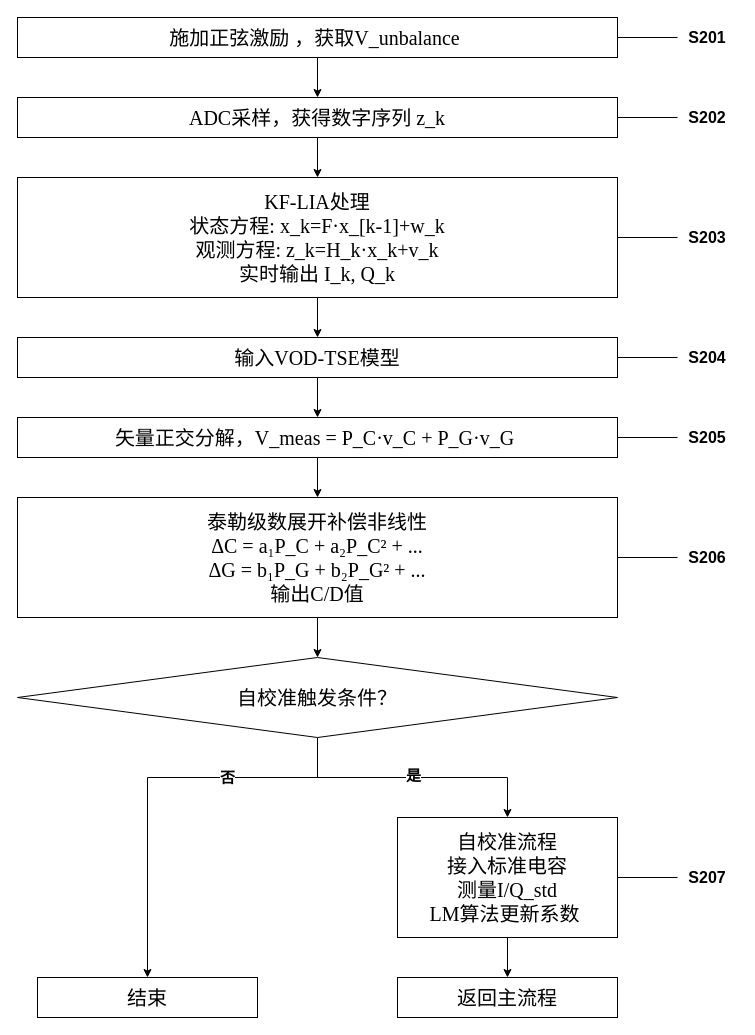
onlymrwan/hello-world keeps this draw.io diagram as 流程图0826.drawio. Above is the earlier version. Source tidied: cells renumbered, new cells numbered last; positions are measured from the earlier drawing's top-left corner, leaving out a move shared by most shapes. Both pictures are drawn from the tidied source at 100%, with x=0, y=0 at pixel (17, 17).
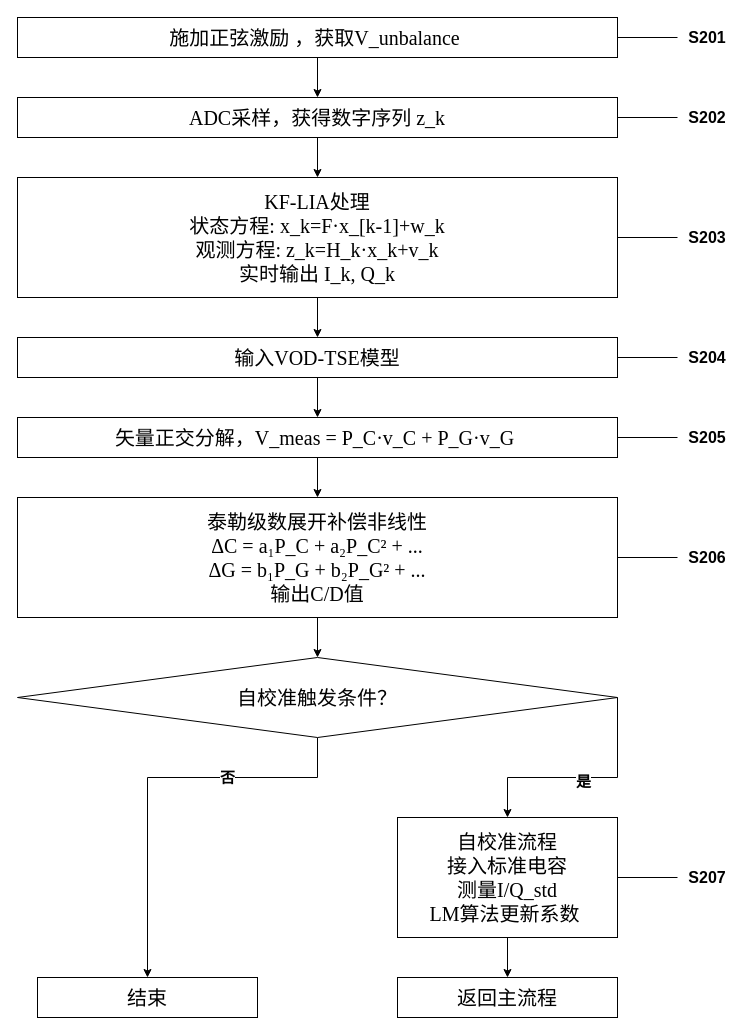
The same page after the edit.

Commit message:
更新流程图0826.drawio

The change refers to these unchanged cells:
```xml
<mxCell id="24" value="&lt;font style=&quot;font-size: 20px;&quot;&gt;自校准触发条件？&lt;/font&gt;" style="strokeWidth=1;html=1;shape=mxgraph.flowchart.decision;whiteSpace=wrap;fontFamily=Times New Roman;" parent="1" vertex="1">
  <mxGeometry y="640" width="600" height="80" as="geometry" />
</mxCell>
<mxCell id="27" value="&lt;span style=&quot;font-size: 20px;&quot;&gt;自校准流程&lt;/span&gt;&lt;div&gt;&lt;span style=&quot;font-size: 20px;&quot;&gt;接入标准电容&lt;/span&gt;&lt;/div&gt;&lt;div&gt;&lt;span style=&quot;font-size: 20px;&quot;&gt;测量I/Q_std&lt;/span&gt;&lt;/div&gt;&lt;div&gt;&lt;span style=&quot;font-size: 20px;&quot;&gt;LM算法更新系数&amp;nbsp;&lt;/span&gt;&lt;/div&gt;" style="rounded=0;whiteSpace=wrap;html=1;fontFamily=Times New Roman;" parent="1" vertex="1">
  <mxGeometry x="380" y="800" width="220" height="120" as="geometry" />
</mxCell>
```

The edit, as a diff of the source:
```diff
@@
-    <mxCell id="20" style="edgeStyle=orthogonalEdgeStyle;rounded=0;jettySize=auto;html=1;exitX=0.5;exitY=1;exitDx=0;exitDy=0;exitPerimeter=0;entryX=0.5;entryY=0;entryDx=0;entryDy=0;" parent="1" edge="1" source="24" target="27">
-      <mxGeometry relative="1" as="geometry" />
+    <mxCell id="20" style="edgeStyle=orthogonalEdgeStyle;rounded=0;jettySize=auto;html=1;exitX=1;exitY=0.5;exitDx=0;exitDy=0;exitPerimeter=0;entryX=0.5;entryY=0;entryDx=0;entryDy=0;" parent="1" edge="1" source="24" target="27">
+      <mxGeometry relative="1" as="geometry">
+        <Array as="points">
+          <mxPoint x="600" y="760" />
+          <mxPoint x="490" y="760" />
+        </Array>
+      </mxGeometry>
     </mxCell>
```
